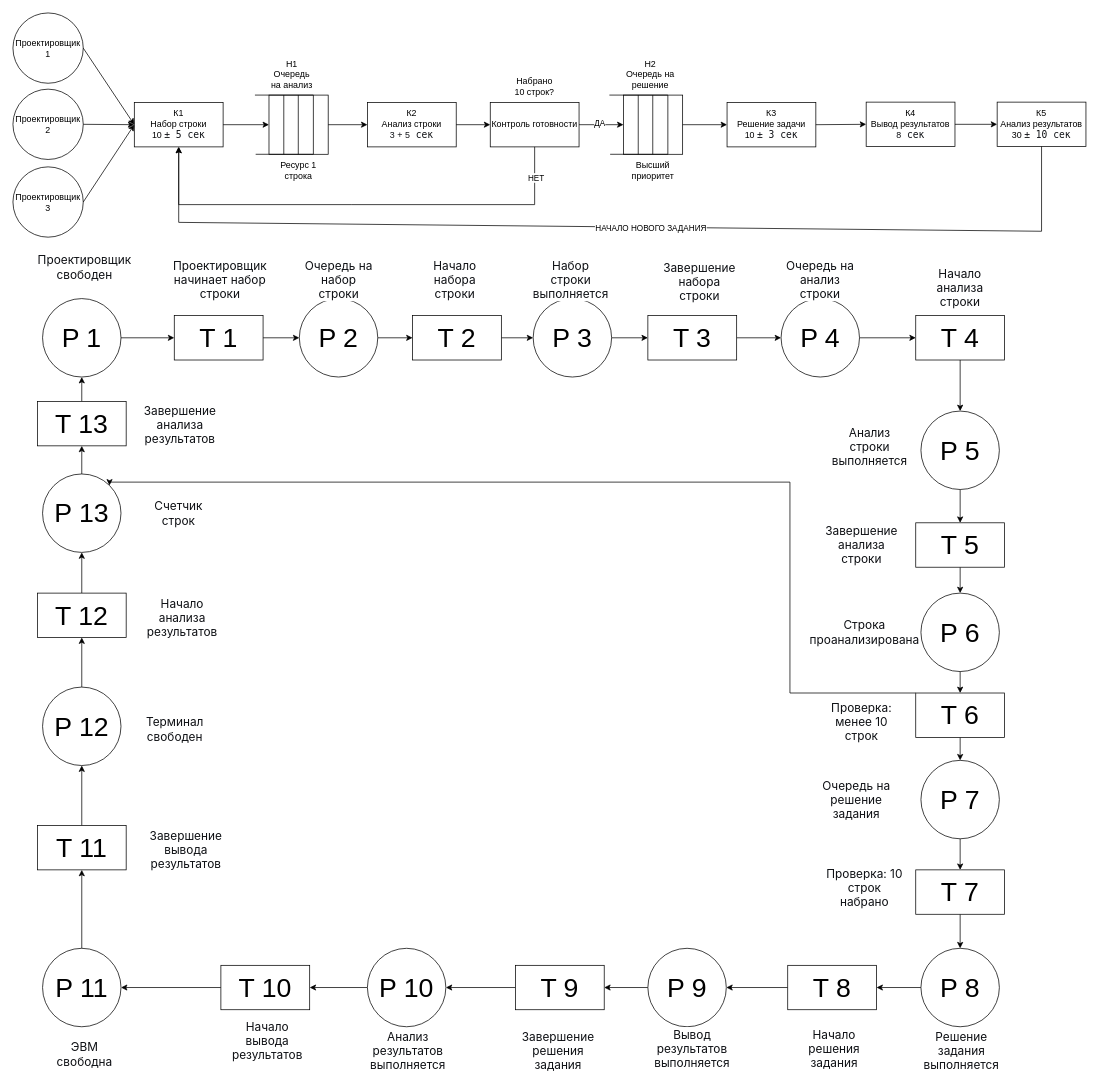
Earlier version of the draw.io diagram Диаграмма без названия.drawio (IlyaBorkovskoi/YouTube-video-downloader). Source tidied: cells renumbered, new cells numbered last; positions are measured from the earlier drawing's top-left corner, leaving out a move shared by most shapes. Both pictures are drawn from the tidied source at 74%, with x=0, y=0 at pixel (13, 13).
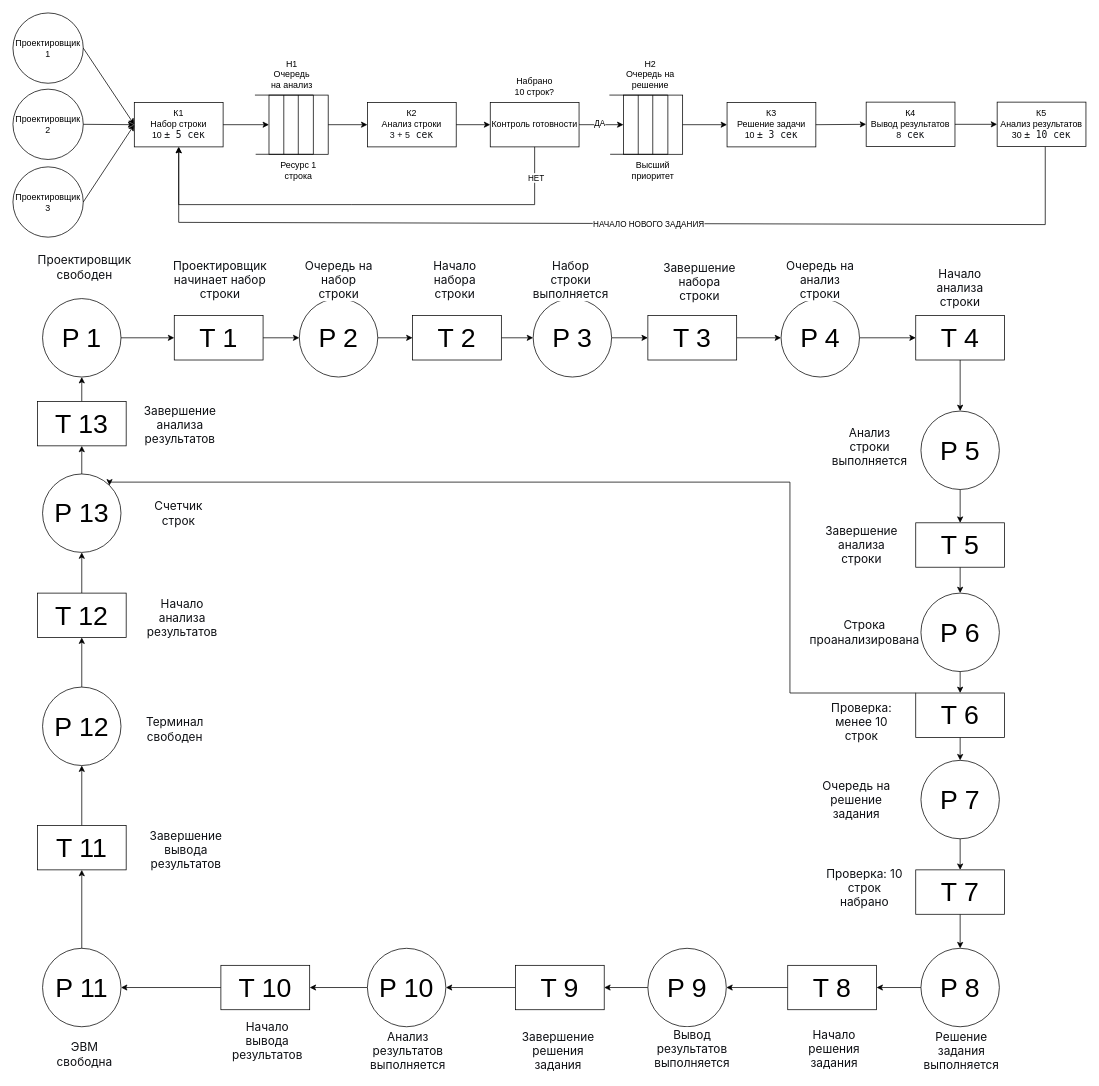
The same page after the edit.

Unchanged cells that the change refers to:
```xml
<mxCell id="5" value="К1&lt;div&gt;Набор строки&lt;/div&gt;&lt;div&gt;10&amp;nbsp;&lt;span style=&quot;color: rgb(15, 17, 21); font-family: Menlo, Monaco, Consolas, &amp;quot;Cascadia Mono&amp;quot;, &amp;quot;Ubuntu Mono&amp;quot;, &amp;quot;DejaVu Sans Mono&amp;quot;, &amp;quot;Liberation Mono&amp;quot;, &amp;quot;JetBrains Mono&amp;quot;, &amp;quot;Fira Code&amp;quot;, Cousine, &amp;quot;Roboto Mono&amp;quot;, &amp;quot;Courier New&amp;quot;, Courier, sans-serif, system-ui; font-size: 13px; text-align: start; background-color: transparent;&quot;&gt;± 5 сек&lt;/span&gt;&lt;/div&gt;" style="rounded=0;whiteSpace=wrap;html=1;" parent="1" vertex="1">
  <mxGeometry x="164" y="121" width="120" height="60" as="geometry" />
</mxCell>
<mxCell id="27" value="К5&lt;div&gt;Анализ результатов&lt;/div&gt;&lt;div&gt;30&amp;nbsp;&lt;span style=&quot;color: rgb(15, 17, 21); font-family: Menlo, Monaco, Consolas, &amp;quot;Cascadia Mono&amp;quot;, &amp;quot;Ubuntu Mono&amp;quot;, &amp;quot;DejaVu Sans Mono&amp;quot;, &amp;quot;Liberation Mono&amp;quot;, &amp;quot;JetBrains Mono&amp;quot;, &amp;quot;Fira Code&amp;quot;, Cousine, &amp;quot;Roboto Mono&amp;quot;, &amp;quot;Courier New&amp;quot;, Courier, sans-serif, system-ui; font-size: 13px; text-align: start; background-color: transparent;&quot;&gt;± 10 сек&lt;/span&gt;&lt;/div&gt;" style="rounded=0;whiteSpace=wrap;html=1;" parent="1" vertex="1">
  <mxGeometry x="1330" y="120.5" width="120" height="60" as="geometry" />
</mxCell>
```

Change to the diagram source:
```diff
@@
-    <mxCell id="41" style="endArrow=classic;html=1;rounded=0;exitX=0.5;exitY=1;exitDx=0;exitDy=0;entryX=0.5;entryY=1;entryDx=0;entryDy=0;" parent="1" edge="1" source="27" target="5">
+    <mxCell id="41" style="endArrow=classic;html=1;rounded=0;entryX=0.5;entryY=1;entryDx=0;entryDy=0;" parent="1" edge="1" target="5">
       <mxGeometry relative="1" as="geometry">
+        <mxPoint x="1395" y="181" as="sourcePoint" />
         <Array as="points">
-          <mxPoint x="1390" y="295" />
+          <mxPoint x="1395" y="286" />
           <mxPoint x="224" y="283" />
         </Array>
       </mxGeometry>
     </mxCell>
```
